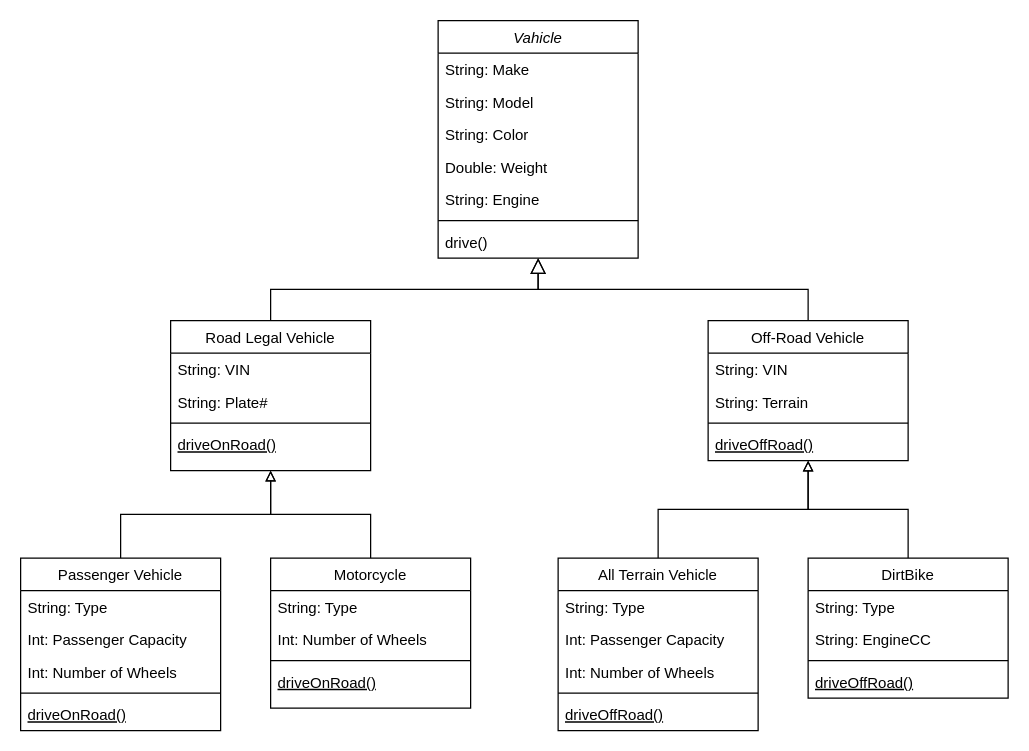
micahsellis/UMLs keeps this draw.io diagram as InheritanceClassDiag.drawio. Above is the earlier version. Source tidied: cells renumbered, new cells numbered last; positions are measured from the earlier drawing's top-left corner, leaving out a move shared by most shapes. Both pictures are drawn from the tidied source at 125%, with x=0, y=0 at pixel (20, 20).
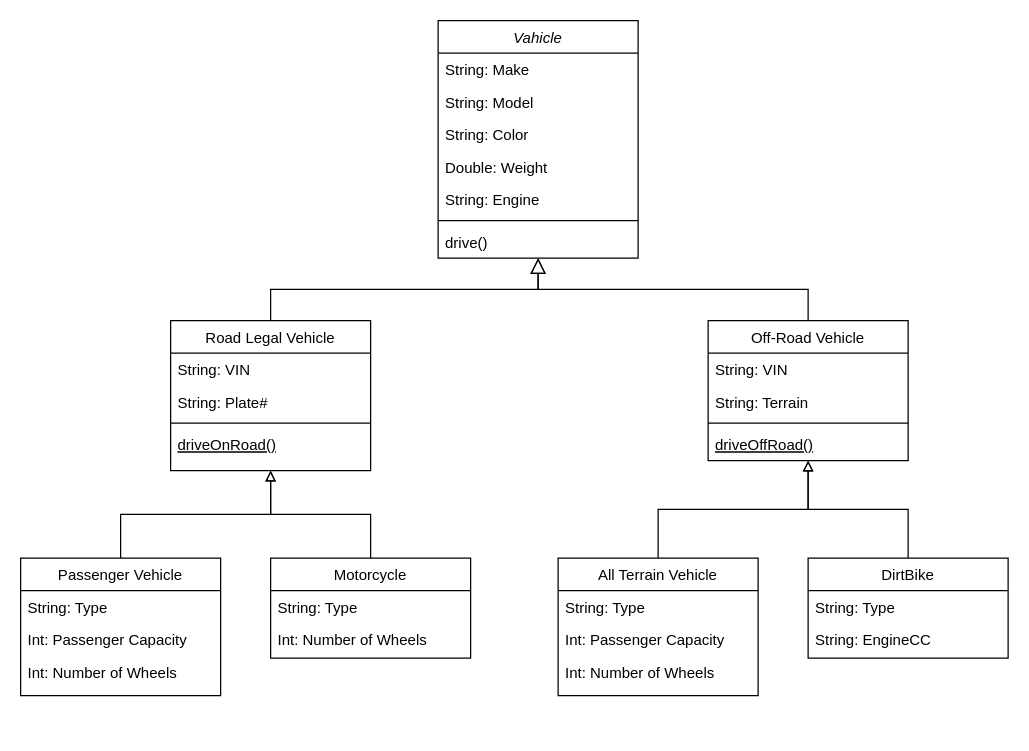
The same page after the edit.

What changed in the source:
```diff
@@
     <mxCell id="26" value="Passenger Vehicle" style="swimlane;fontStyle=0;align=center;verticalAlign=top;horizontal=1;startSize=26;rounded=0;shadow=0;strokeWidth=1;" parent="1" vertex="1">
-      <mxGeometry y="430" width="160" height="138" as="geometry" />
+      <mxGeometry y="430" width="160" height="110" as="geometry" />
     </mxCell>
@@
-    <mxCell id="30" style="line;html=1;strokeWidth=1;align=left;verticalAlign=middle;spacingTop=-1;spacingLeft=3;spacingRight=3;labelPosition=right;" parent="26" vertex="1">
-      <mxGeometry y="104" width="160" height="8" as="geometry" />
-    </mxCell>
-    <mxCell id="31" value="driveOnRoad()" style="text;align=left;verticalAlign=top;spacingLeft=4;spacingRight=4;overflow=hidden;fontStyle=4;" parent="26" vertex="1">
-      <mxGeometry y="112" width="160" height="26" as="geometry" />
-    </mxCell>
     <mxCell id="32" value="Motorcycle" style="swimlane;fontStyle=0;align=center;verticalAlign=top;horizontal=1;startSize=26;rounded=0;shadow=0;strokeWidth=1;" parent="1" vertex="1">
-      <mxGeometry x="200" y="430" width="160" height="120" as="geometry" />
+      <mxGeometry x="200" y="430" width="160" height="80" as="geometry" />
     </mxCell>
@@
-    <mxCell id="35" style="line;html=1;strokeWidth=1;align=left;verticalAlign=middle;spacingTop=-1;spacingLeft=3;spacingRight=3;labelPosition=right;" parent="32" vertex="1">
-      <mxGeometry y="78" width="160" height="8" as="geometry" />
-    </mxCell>
-    <mxCell id="36" value="driveOnRoad()" style="text;align=left;verticalAlign=top;spacingLeft=4;spacingRight=4;overflow=hidden;fontStyle=4;" parent="32" vertex="1">
-      <mxGeometry y="86" width="160" height="26" as="geometry" />
-    </mxCell>
     <mxCell id="37" value="All Terrain Vehicle" style="swimlane;fontStyle=0;align=center;verticalAlign=top;horizontal=1;startSize=26;rounded=0;shadow=0;strokeWidth=1;" parent="1" vertex="1">
-      <mxGeometry x="430" y="430" width="160" height="138" as="geometry" />
+      <mxGeometry x="430" y="430" width="160" height="110" as="geometry" />
     </mxCell>
@@
-    <mxCell id="41" style="line;html=1;strokeWidth=1;align=left;verticalAlign=middle;spacingTop=-1;spacingLeft=3;spacingRight=3;labelPosition=right;" parent="37" vertex="1">
-      <mxGeometry y="104" width="160" height="8" as="geometry" />
-    </mxCell>
-    <mxCell id="42" value="driveOffRoad()" style="text;align=left;verticalAlign=top;spacingLeft=4;spacingRight=4;overflow=hidden;fontStyle=4;" parent="37" vertex="1">
-      <mxGeometry y="112" width="160" height="26" as="geometry" />
-    </mxCell>
     <mxCell id="43" value="DirtBike" style="swimlane;fontStyle=0;align=center;verticalAlign=top;horizontal=1;startSize=26;rounded=0;shadow=0;strokeWidth=1;" parent="1" vertex="1">
-      <mxGeometry x="630" y="430" width="160" height="112" as="geometry" />
+      <mxGeometry x="630" y="430" width="160" height="80" as="geometry" />
     </mxCell>
@@
-    <mxCell id="46" style="line;html=1;strokeWidth=1;align=left;verticalAlign=middle;spacingTop=-1;spacingLeft=3;spacingRight=3;labelPosition=right;" parent="43" vertex="1">
-      <mxGeometry y="78" width="160" height="8" as="geometry" />
-    </mxCell>
-    <mxCell id="47" value="driveOffRoad()" style="text;align=left;verticalAlign=top;spacingLeft=4;spacingRight=4;overflow=hidden;fontStyle=4;" parent="43" vertex="1">
-      <mxGeometry y="86" width="160" height="26" as="geometry" />
-    </mxCell>
```
